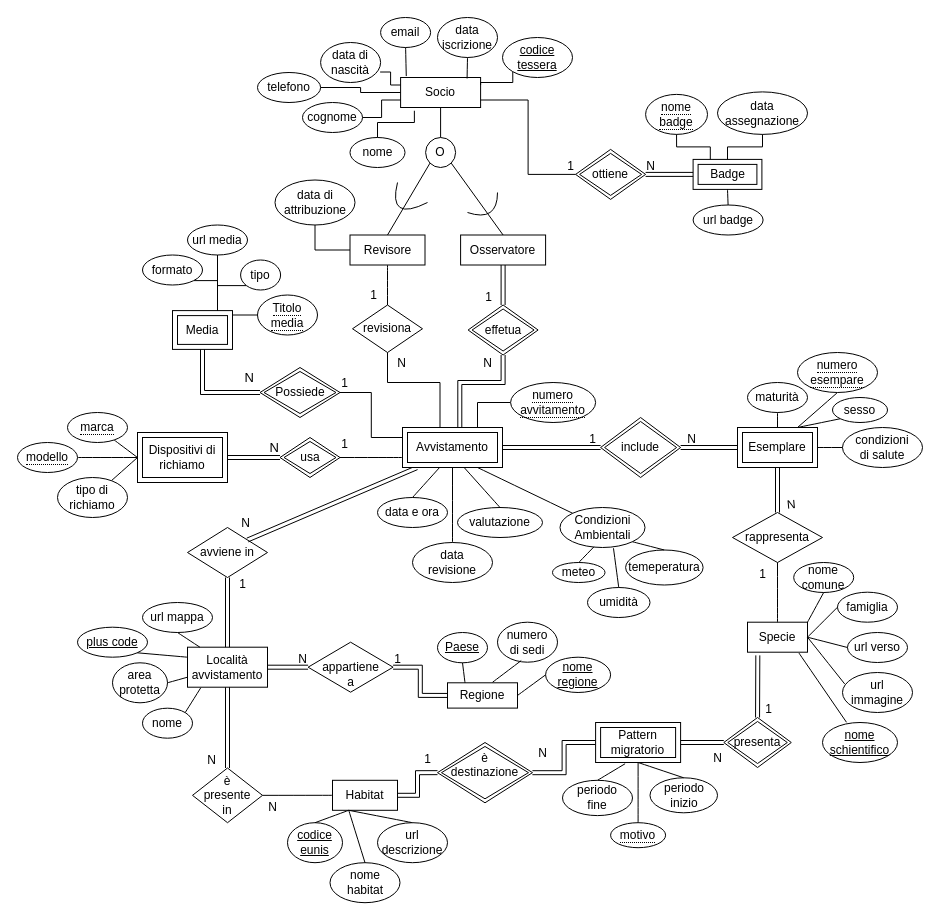
uni-aca100/db-uni keeps this draw.io diagram as page "Page-1" (1 of 4) of document/DiagramUML.drawio. Above is the earlier version. Source tidied: cells renumbered, new cells numbered last; positions are measured from the earlier drawing's top-left corner, leaving out a move shared by most shapes. Both pictures are drawn from the tidied source at 100%, with x=0, y=0 at pixel (17, 17).
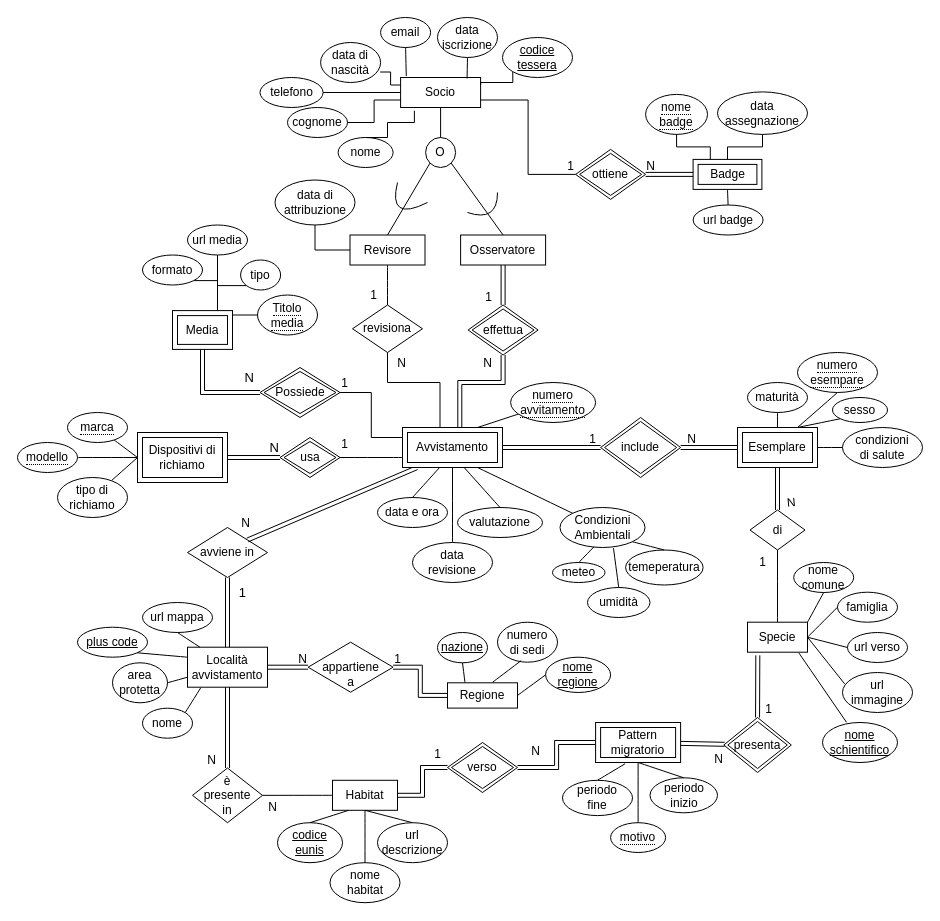
The same diagram, later.

Unchanged cells that the change refers to:
```xml
<mxCell id="2" value="&lt;font&gt;Socio&lt;/font&gt;" style="whiteSpace=wrap;html=1;align=center;" parent="1" vertex="1">
  <mxGeometry x="383.1" y="60" width="80" height="30" as="geometry" />
</mxCell>
<mxCell id="40" style="shape=link;html=1;rounded=0;fontSize=12;startSize=8;endSize=8;curved=1;entryX=0.5;entryY=1;entryDx=0;entryDy=0;exitX=0.5;exitY=0;exitDx=0;exitDy=0;" parent="1" edge="1" source="30" target="31">
  <mxGeometry relative="1" as="geometry" />
</mxCell>
<mxCell id="44" value="Habitat" style="whiteSpace=wrap;html=1;align=center;" parent="1" vertex="1">
  <mxGeometry x="315" y="762.8" width="65" height="30" as="geometry" />
</mxCell>
<mxCell id="146" value="nome habitat" style="ellipse;whiteSpace=wrap;html=1;align=center;" parent="1" vertex="1">
  <mxGeometry x="312.5" y="845.2" width="70" height="40" as="geometry" />
</mxCell>
<mxCell id="147" value="url descrizione" style="ellipse;whiteSpace=wrap;html=1;align=center;" parent="1" vertex="1">
  <mxGeometry x="360" y="805.2" width="70" height="40" as="geometry" />
</mxCell>
<mxCell id="163" value="&lt;span style=&quot;border-bottom: 1px dotted;&quot;&gt;numero avvitamento&lt;/span&gt;" style="ellipse;whiteSpace=wrap;html=1;align=center;" parent="1" vertex="1">
  <mxGeometry x="493.1" y="365" width="85" height="40" as="geometry" />
</mxCell>
<mxCell id="164" value="Avvistamento" style="shape=ext;margin=3;double=1;whiteSpace=wrap;html=1;align=center;" parent="1" vertex="1">
  <mxGeometry x="385" y="410" width="100" height="40" as="geometry" />
</mxCell>
```

Diff of the diagram source:
```diff
@@
-    <mxCell id="41" value="1" style="html=1;whiteSpace=wrap;align=right;verticalAlign=bottom;" parent="40" vertex="1">
+    <mxCell id="41" value="&lt;font style=&quot;font-size: 13px;&quot;&gt;1&lt;/font&gt;" style="html=1;whiteSpace=wrap;align=right;verticalAlign=bottom;" parent="40" vertex="1">
       <mxGeometry x="1" relative="1" as="geometry">
-        <mxPoint x="20" y="15" as="offset" />
+        <mxPoint x="20" y="25" as="offset" />
       </mxGeometry>
     </mxCell>
-    <mxCell id="42" value="rappresenta" style="shape=rhombus;perimeter=rhombusPerimeter;whiteSpace=wrap;html=1;align=center;" parent="1" vertex="1">
-      <mxGeometry x="715" y="495" width="90" height="50" as="geometry" />
+    <mxCell id="42" value="di" style="shape=rhombus;perimeter=rhombusPerimeter;whiteSpace=wrap;html=1;align=center;" parent="1" vertex="1">
+      <mxGeometry x="732.5" y="492.5" width="55" height="40" as="geometry" />
     </mxCell>
@@
     <mxCell id="68" value="&lt;div&gt;&lt;span style=&quot;border-bottom: 1px dotted;&quot;&gt;motivo&lt;/span&gt;&lt;/div&gt;" style="ellipse;whiteSpace=wrap;html=1;align=center;" parent="1" vertex="1">
-      <mxGeometry x="593.1" y="805.2" width="55" height="25" as="geometry" />
+      <mxGeometry x="593.1" y="805.2" width="55" height="29.8" as="geometry" />
     </mxCell>
@@
-    <mxCell id="112" value="Paese" style="ellipse;whiteSpace=wrap;html=1;align=center;fontStyle=4;" parent="1" vertex="1">
+    <mxCell id="112" value="nazione" style="ellipse;whiteSpace=wrap;html=1;align=center;fontStyle=4;" parent="1" vertex="1">
       <mxGeometry x="420" y="615" width="50" height="30.3" as="geometry" />
     </mxCell>
@@
     <mxCell id="127" value="nome" style="ellipse;whiteSpace=wrap;html=1;align=center;" parent="1" vertex="1">
-      <mxGeometry x="332.5" y="120" width="55" height="30" as="geometry" />
+      <mxGeometry x="320.6" y="120" width="55" height="30" as="geometry" />
     </mxCell>
     <mxCell id="128" value="cognome" style="ellipse;whiteSpace=wrap;html=1;align=center;" parent="1" vertex="1">
-      <mxGeometry x="285" y="85" width="60" height="30" as="geometry" />
+      <mxGeometry x="270" y="90" width="60" height="30" as="geometry" />
     </mxCell>
@@
     <mxCell id="134" style="endArrow=none;html=1;rounded=0;fontSize=12;startSize=8;endSize=8;entryX=0.172;entryY=1.108;entryDx=0;entryDy=0;exitX=0.5;exitY=0;exitDx=0;exitDy=0;entryPerimeter=0;edgeStyle=orthogonalEdgeStyle;" parent="1" edge="1" source="127" target="2">
       <mxGeometry relative="1" as="geometry">
         <Array as="points">
-          <mxPoint x="360" y="105" />
+          <mxPoint x="370" y="120" />
+          <mxPoint x="370" y="105" />
           <mxPoint x="397" y="105" />
         </Array>
       </mxGeometry>
     </mxCell>
@@
     <mxCell id="145" value="&lt;div&gt;codice&lt;/div&gt;&lt;div&gt;eunis&lt;/div&gt;" style="ellipse;whiteSpace=wrap;html=1;align=center;fontStyle=4;" parent="1" vertex="1">
-      <mxGeometry x="270" y="805.2" width="55" height="40" as="geometry" />
+      <mxGeometry x="260" y="805.2" width="65" height="40" as="geometry" />
     </mxCell>
@@
-    <mxCell id="149" style="endArrow=none;html=1;rounded=0;fontSize=12;startSize=8;endSize=8;curved=1;exitX=0.25;exitY=1;exitDx=0;exitDy=0;entryX=0.5;entryY=0;entryDx=0;entryDy=0;" parent="1" edge="1" source="44" target="146">
+    <mxCell id="149" style="endArrow=none;html=1;rounded=0;fontSize=12;startSize=8;endSize=8;curved=1;exitX=0.5;exitY=1;exitDx=0;exitDy=0;entryX=0.5;entryY=0;entryDx=0;entryDy=0;" parent="1" edge="1" source="44" target="146">
       <mxGeometry relative="1" as="geometry" />
     </mxCell>
-    <mxCell id="150" style="endArrow=none;html=1;rounded=0;fontSize=12;startSize=8;endSize=8;curved=1;entryX=0.25;entryY=1;entryDx=0;entryDy=0;exitX=0.5;exitY=0;exitDx=0;exitDy=0;" parent="1" edge="1" source="147" target="44">
+    <mxCell id="150" style="endArrow=none;html=1;rounded=0;fontSize=12;startSize=8;endSize=8;curved=1;entryX=0.5;entryY=1;entryDx=0;entryDy=0;exitX=0.5;exitY=0;exitDx=0;exitDy=0;" parent="1" edge="1" source="147" target="44">
       <mxGeometry relative="1" as="geometry" />
     </mxCell>
     <mxCell id="151" value="telefono" style="ellipse;whiteSpace=wrap;html=1;align=center;" parent="1" vertex="1">
-      <mxGeometry x="240" y="55" width="63.1" height="30" as="geometry" />
+      <mxGeometry x="242.5" y="60" width="63.1" height="30" as="geometry" />
     </mxCell>
@@
-    <mxCell id="162" style="edgeStyle=orthogonalEdgeStyle;rounded=0;jettySize=auto;html=1;entryX=0.75;entryY=0;entryDx=0;entryDy=0;fontSize=12;startSize=8;endSize=8;endArrow=none;endFill=0;" parent="1" edge="1" source="163" target="164">
+    <mxCell id="162" style="rounded=0;jettySize=auto;html=1;entryX=0.75;entryY=0;entryDx=0;entryDy=0;fontSize=12;startSize=8;endSize=8;endArrow=none;endFill=0;" parent="1" edge="1" source="163" target="164">
       <mxGeometry relative="1" as="geometry" />
     </mxCell>
@@
-    <mxCell id="165" value="effetua" style="shape=rhombus;double=1;perimeter=rhombusPerimeter;whiteSpace=wrap;html=1;align=center;" parent="1" vertex="1">
+    <mxCell id="165" value="effettua" style="shape=rhombus;double=1;perimeter=rhombusPerimeter;whiteSpace=wrap;html=1;align=center;" parent="1" vertex="1">
       <mxGeometry x="450.6" y="287.5" width="70" height="50" as="geometry" />
     </mxCell>
@@
     <mxCell id="171" value="presenta" style="rhombus;whiteSpace=wrap;html=1;double=1;" parent="1" vertex="1">
-      <mxGeometry x="706.3" y="700" width="67.5" height="50" as="geometry" />
+      <mxGeometry x="706.3" y="700" width="67.5" height="55" as="geometry" />
     </mxCell>
-    <mxCell id="172" value="&lt;div&gt;è&lt;/div&gt;&lt;div&gt;destinazione&lt;/div&gt;&lt;div&gt;&lt;br&gt;&lt;/div&gt;" style="rhombus;whiteSpace=wrap;html=1;double=1;" parent="1" vertex="1">
-      <mxGeometry x="420" y="725" width="95" height="60.3" as="geometry" />
+    <mxCell id="172" value="verso" style="rhombus;whiteSpace=wrap;html=1;double=1;" parent="1" vertex="1">
+      <mxGeometry x="430" y="725" width="70" height="50" as="geometry" />
     </mxCell>
```
